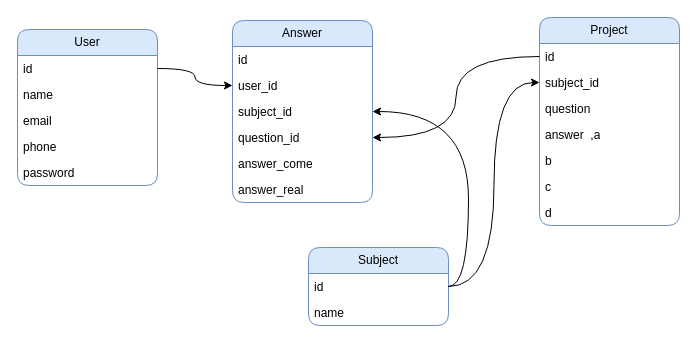
Earlier version of the draw.io diagram diagram/diagramm.drawio (MirshodAslonov/loromir). Source tidied: cells renumbered, new cells numbered last; positions are measured from the earlier drawing's top-left corner, leaving out a move shared by most shapes. Both pictures are drawn from the tidied source at 100%, with x=0, y=0 at pixel (17, 17).
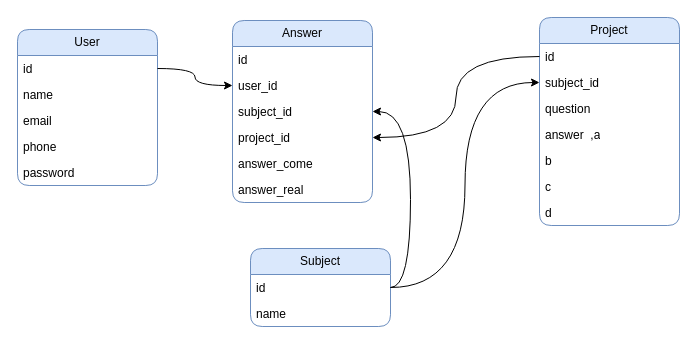
The same diagram, later.

The change refers to these unchanged cells:
```xml
<mxCell id="20" value="Answer" style="swimlane;fontStyle=0;horizontal=1;startSize=26;fillColor=#dae8fc;whiteSpace=wrap;html=1;glass=0;swimlaneLine=1;shadow=0;rounded=1;strokeColor=#6c8ebf;" parent="1" vertex="1">
  <mxGeometry x="215" y="3" width="140" height="182" as="geometry" />
</mxCell>
```

Change to the diagram source:
```diff
@@
     <mxCell id="8" value="Subject" style="swimlane;fontStyle=0;horizontal=1;startSize=26;fillColor=#dae8fc;whiteSpace=wrap;html=1;glass=0;swimlaneLine=1;shadow=0;rounded=1;strokeColor=#6c8ebf;" parent="1" vertex="1">
-      <mxGeometry x="291" y="230" width="140" height="78" as="geometry" />
+      <mxGeometry x="233" y="231" width="140" height="78" as="geometry" />
     </mxCell>
@@
-    <mxCell id="24" value="question_id" style="text;strokeColor=none;fillColor=none;align=left;verticalAlign=top;spacingLeft=4;spacingRight=4;overflow=hidden;points=[[0,0.5],[1,0.5]];portConstraint=eastwest;whiteSpace=wrap;html=1;" parent="20" vertex="1">
+    <mxCell id="24" value="project_id" style="text;strokeColor=none;fillColor=none;align=left;verticalAlign=top;spacingLeft=4;spacingRight=4;overflow=hidden;points=[[0,0.5],[1,0.5]];portConstraint=eastwest;whiteSpace=wrap;html=1;" parent="20" vertex="1">
       <mxGeometry y="104" width="140" height="26" as="geometry" />
     </mxCell>
```
